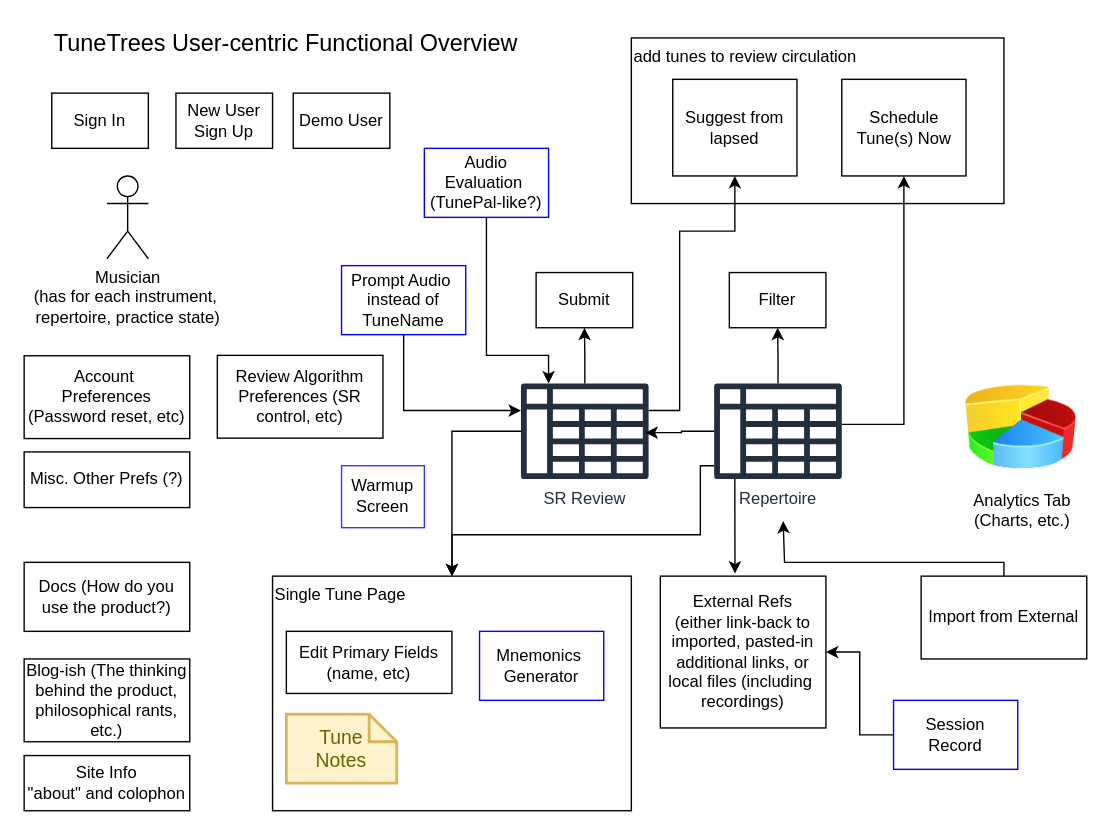
Before: page "Functional Breakdown" (3 of 3) of design/tunetrees_design.drawio in sboagy/tunetrees, a draw.io diagram. Source tidied: cells renumbered, new cells numbered last; positions are measured from the earlier drawing's top-left corner, leaving out a move shared by most shapes. Both pictures are drawn from the tidied source at 138%, with x=0, y=0 at pixel (23, 23).
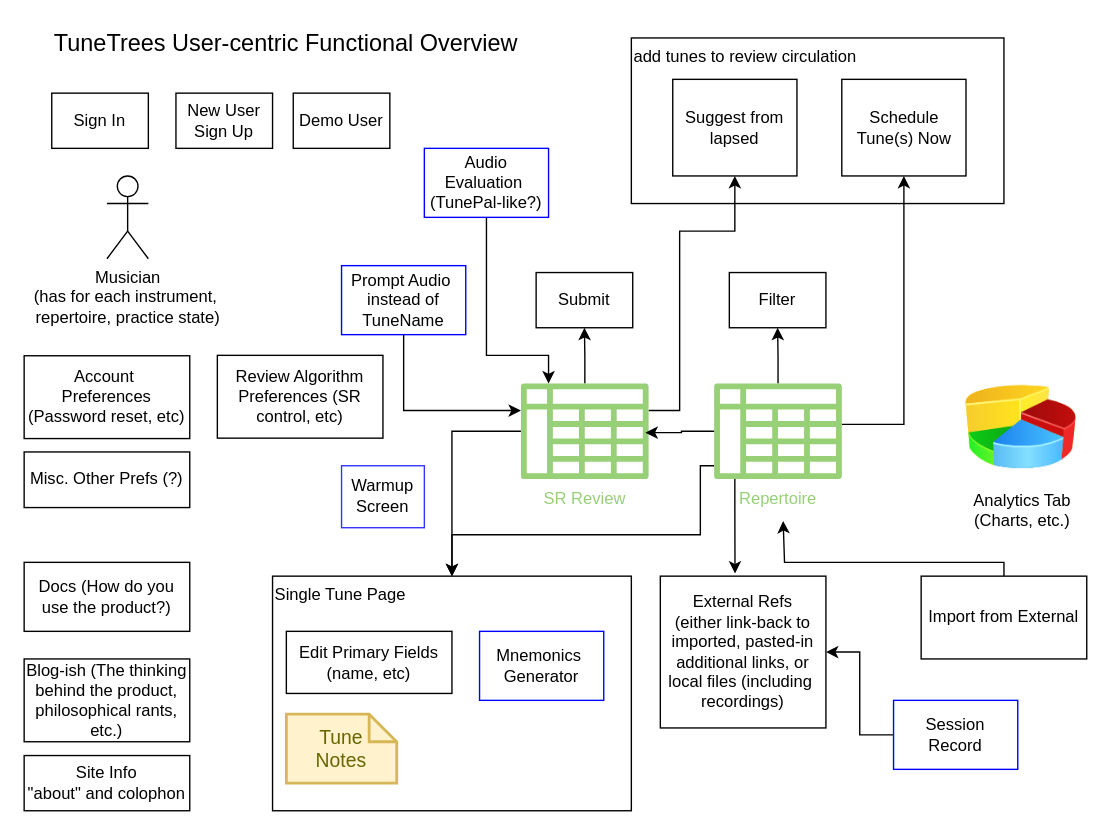
Above is the later version.

What changed in the source:
```diff
@@
-    <mxCell id="10" value="SR Review" style="sketch=0;outlineConnect=0;fontColor=#232F3E;gradientColor=none;fillColor=#232F3D;strokeColor=none;dashed=0;verticalLabelPosition=bottom;verticalAlign=top;align=center;html=1;fontSize=12;fontStyle=0;shape=mxgraph.aws4.data_table;" parent="1" vertex="1">
+    <mxCell id="10" value="SR Review" style="sketch=0;outlineConnect=0;fontColor=#97D077;gradientColor=none;fillColor=#97D077;strokeColor=none;dashed=0;verticalLabelPosition=bottom;verticalAlign=top;align=center;html=1;fontSize=12;fontStyle=0;shape=mxgraph.aws4.data_table;labelBackgroundColor=default;" parent="1" vertex="1">
       <mxGeometry x="360" y="260" width="92.5" height="70" as="geometry" />
     </mxCell>
@@
-    <mxCell id="14" value="Repertoire" style="sketch=0;outlineConnect=0;fontColor=#232F3E;gradientColor=none;fillColor=#232F3D;strokeColor=none;dashed=0;verticalLabelPosition=bottom;verticalAlign=top;align=center;html=1;fontSize=12;fontStyle=0;shape=mxgraph.aws4.data_table;" parent="1" vertex="1">
+    <mxCell id="14" value="Repertoire" style="sketch=0;outlineConnect=0;fontColor=#97D077;gradientColor=none;fillColor=#97D077;strokeColor=none;dashed=0;verticalLabelPosition=bottom;verticalAlign=top;align=center;html=1;fontSize=12;fontStyle=0;shape=mxgraph.aws4.data_table;labelBackgroundColor=none;" parent="1" vertex="1">
       <mxGeometry x="500" y="260" width="92.5" height="70" as="geometry" />
     </mxCell>
```
